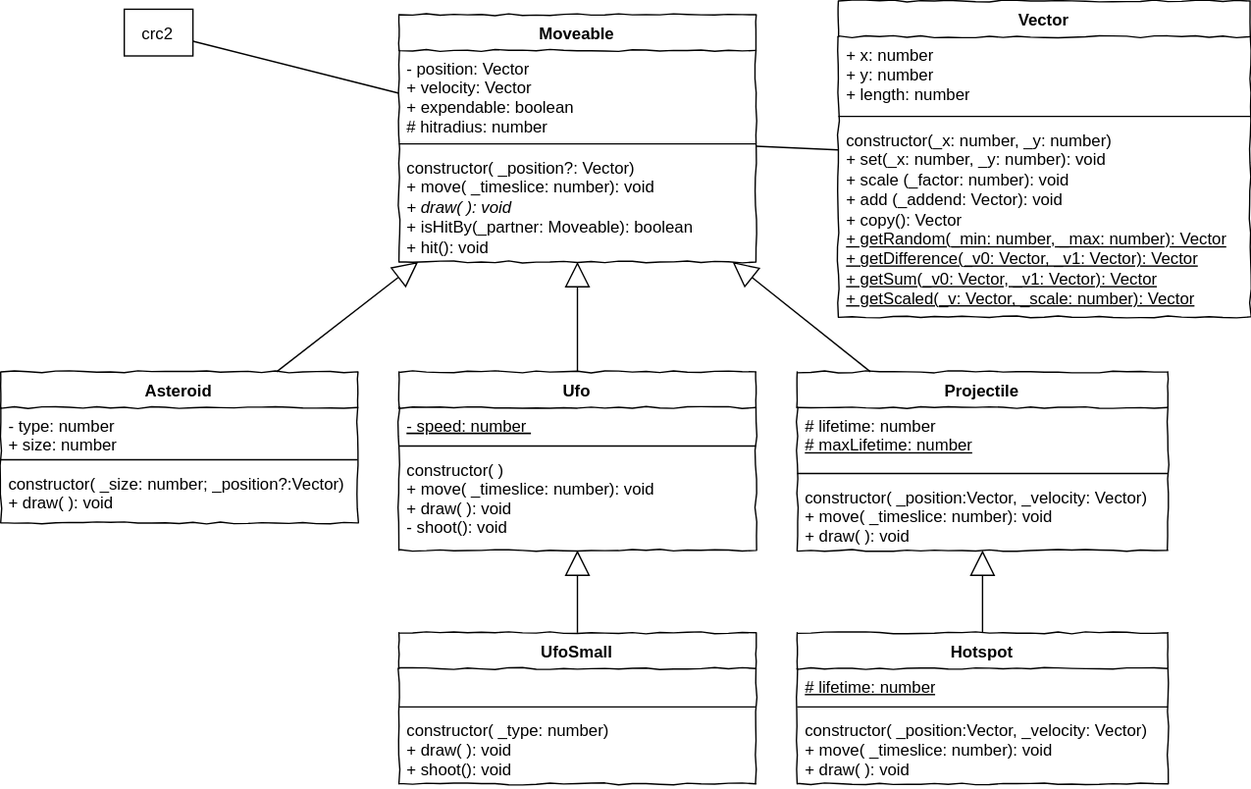
JirkaDellOro/EIA2-Inverted keeps this draw.io diagram as L12_Addition/Material/draw.io/Asteroids_ClassDiagram.svg. Above is the earlier version. Source tidied: cells renumbered, new cells last; positions are measured from the earlier drawing's top-left corner, leaving out a move shared by most shapes.
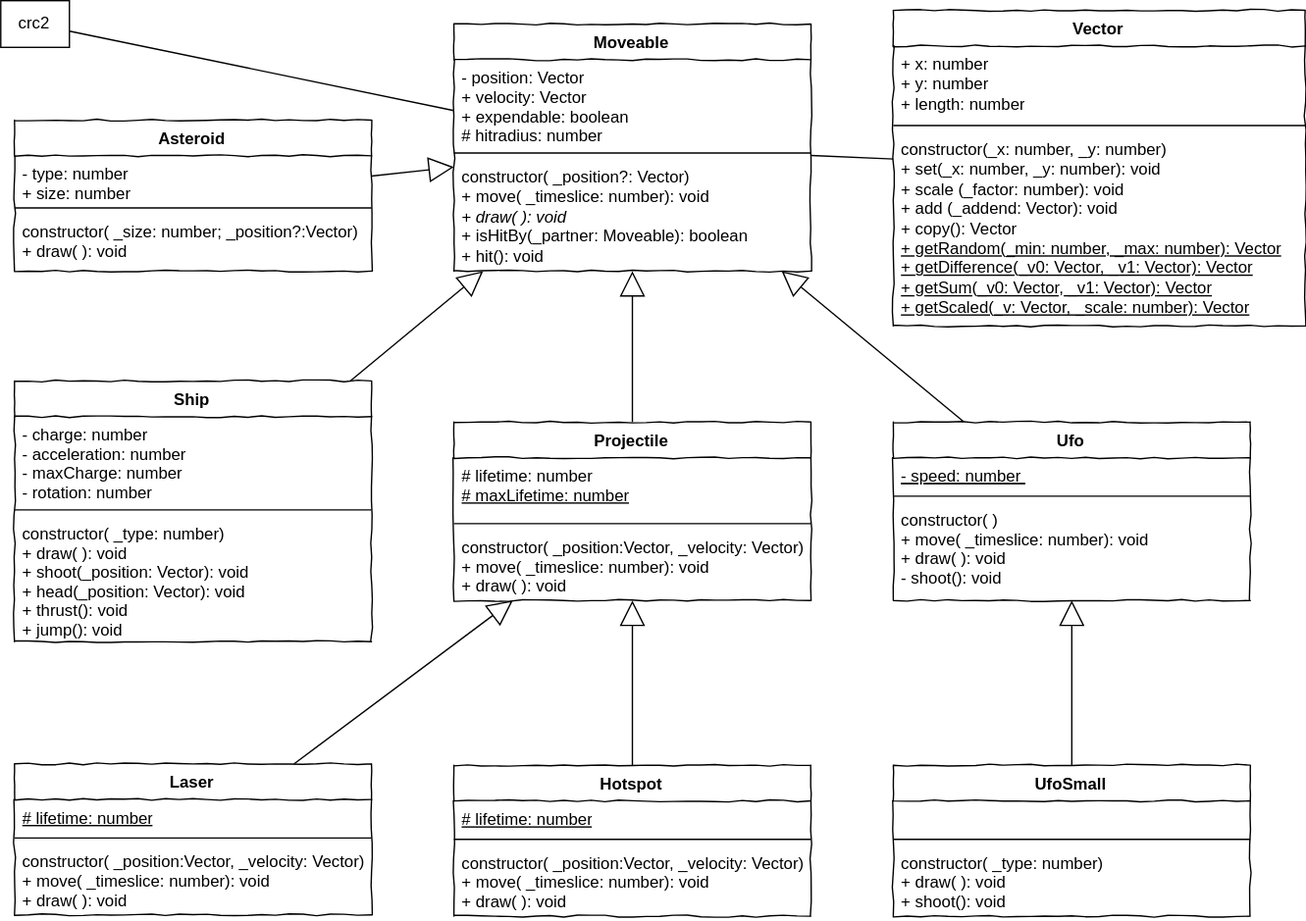
The same file after the commit.

What changed in the source:
```diff
@@ -33,10 +33,10 @@
       <mxGeometry y="88" width="300" height="142" as="geometry" />
     </mxCell>
     <mxCell id="12" value="crc2" style="rounded=0;whiteSpace=wrap;html=1;" parent="1" vertex="1">
-      <mxGeometry x="90" y="6" width="50" height="34" as="geometry" />
+      <mxGeometry x="-40" y="-7" width="50" height="34" as="geometry" />
     </mxCell>
     <mxCell id="13" value="Asteroid" style="swimlane;fontStyle=1;align=center;verticalAlign=top;horizontal=1;startSize=26;rounded=0;shadow=0;comic=1;strokeWidth=1;" parent="1" vertex="1">
-      <mxGeometry y="270" width="260" height="110" as="geometry" />
+      <mxGeometry x="-30" y="80" width="260" height="110" as="geometry" />
     </mxCell>
     <mxCell id="14" value="- type: number&#10;+ size: number" style="text;strokeColor=none;fillColor=none;align=left;verticalAlign=top;spacingLeft=4;spacingRight=4;overflow=hidden;" parent="13" vertex="1">
       <mxGeometry y="26" width="260" height="34" as="geometry" />
@@ -51,7 +51,7 @@
       <mxGeometry relative="1" as="geometry" />
     </mxCell>
     <mxCell id="18" value="Ufo" style="swimlane;fontStyle=1;align=center;verticalAlign=top;horizontal=1;startSize=26;rounded=0;shadow=0;comic=1;strokeWidth=1;" parent="1" vertex="1">
-      <mxGeometry x="290" y="270" width="260" height="130" as="geometry" />
+      <mxGeometry x="610" y="300" width="260" height="130" as="geometry" />
     </mxCell>
     <mxCell id="19" value="- speed: number " style="text;strokeColor=none;fillColor=none;align=left;verticalAlign=top;spacingLeft=4;spacingRight=4;overflow=hidden;fontStyle=4;" parent="18" vertex="1">
       <mxGeometry y="26" width="260" height="24" as="geometry" />
@@ -63,7 +63,7 @@
       <mxGeometry y="58" width="260" height="72" as="geometry" />
     </mxCell>
     <mxCell id="22" value="UfoSmall" style="swimlane;fontStyle=1;align=center;verticalAlign=top;horizontal=1;startSize=26;rounded=0;shadow=0;comic=1;strokeWidth=1;" parent="1" vertex="1">
-      <mxGeometry x="290" y="460" width="260" height="110" as="geometry" />
+      <mxGeometry x="610" y="550" width="260" height="110" as="geometry" />
     </mxCell>
     <mxCell id="23" value=" " style="text;strokeColor=none;fillColor=none;align=left;verticalAlign=top;spacingLeft=4;spacingRight=4;overflow=hidden;" parent="22" vertex="1">
       <mxGeometry y="26" width="260" height="24" as="geometry" />
@@ -74,33 +74,57 @@
     <mxCell id="25" value="constructor( _type: number)&#10;+ draw( ): void&#10;+ shoot(): void" style="text;strokeColor=none;fillColor=none;align=left;verticalAlign=top;spacingLeft=4;spacingRight=4;overflow=hidden;" parent="22" vertex="1">
       <mxGeometry y="58" width="260" height="52" as="geometry" />
     </mxCell>
+    <mxCell id="38" value="Ship" style="swimlane;fontStyle=1;align=center;verticalAlign=top;horizontal=1;startSize=26;rounded=0;shadow=0;comic=1;strokeWidth=1;" parent="1" vertex="1">
+      <mxGeometry x="-30" y="270" width="260" height="190" as="geometry" />
+    </mxCell>
+    <mxCell id="39" value="- charge: number&#10;- acceleration: number&#10;- maxCharge: number&#10;- rotation: number" style="text;strokeColor=none;fillColor=none;align=left;verticalAlign=top;spacingLeft=4;spacingRight=4;overflow=hidden;" parent="38" vertex="1">
+      <mxGeometry y="26" width="260" height="64" as="geometry" />
+    </mxCell>
+    <mxCell id="40" style="line;strokeWidth=1;fillColor=none;align=left;verticalAlign=middle;spacingTop=-1;spacingLeft=3;spacingRight=3;labelPosition=right;" parent="38" vertex="1">
+      <mxGeometry y="90" width="260" height="8" as="geometry" />
+    </mxCell>
+    <mxCell id="41" value="constructor( _type: number)&#10;+ draw( ): void&#10;+ shoot(_position: Vector): void&#10;+ head(_position: Vector): void&#10;+ thrust(): void&#10;+ jump(): void" style="text;strokeColor=none;fillColor=none;align=left;verticalAlign=top;spacingLeft=4;spacingRight=4;overflow=hidden;" parent="38" vertex="1">
+      <mxGeometry y="98" width="260" height="92" as="geometry" />
+    </mxCell>
     <mxCell id="26" style="endArrow=block;endSize=16;endFill=0;html=1;" parent="1" edge="1" source="18" target="4">
       <mxGeometry relative="1" as="geometry" />
     </mxCell>
     <mxCell id="27" value="Projectile" style="swimlane;fontStyle=1;align=center;verticalAlign=top;horizontal=1;startSize=26;rounded=0;shadow=0;comic=1;strokeWidth=1;" parent="1" vertex="1">
-      <mxGeometry x="580" y="270" width="270" height="130" as="geometry" />
+      <mxGeometry x="290" y="300" width="260" height="130" as="geometry" />
     </mxCell>
     <mxCell id="28" value="# lifetime: number&amp;nbsp;&lt;br&gt;&lt;u&gt;# maxLifetime: number&lt;/u&gt;&lt;br&gt;&amp;nbsp;" style="text;strokeColor=none;fillColor=none;align=left;verticalAlign=top;spacingLeft=4;spacingRight=4;overflow=hidden;fontStyle=0;html=1;" parent="27" vertex="1">
-      <mxGeometry y="26" width="270" height="44" as="geometry" />
+      <mxGeometry y="26" width="260" height="44" as="geometry" />
     </mxCell>
     <mxCell id="29" style="line;strokeWidth=1;fillColor=none;align=left;verticalAlign=middle;spacingTop=-1;spacingLeft=3;spacingRight=3;labelPosition=right;" parent="27" vertex="1">
-      <mxGeometry y="70" width="270" height="8" as="geometry" />
+      <mxGeometry y="70" width="260" height="8" as="geometry" />
     </mxCell>
     <mxCell id="30" value="constructor( _position:Vector, _velocity: Vector)&#10;+ move( _timeslice: number): void&#10;+ draw( ): void" style="text;strokeColor=none;fillColor=none;align=left;verticalAlign=top;spacingLeft=4;spacingRight=4;overflow=hidden;" parent="27" vertex="1">
-      <mxGeometry y="78" width="270" height="52" as="geometry" />
+      <mxGeometry y="78" width="260" height="52" as="geometry" />
     </mxCell>
     <mxCell id="31" value="Hotspot" style="swimlane;fontStyle=1;align=center;verticalAlign=top;horizontal=1;startSize=26;rounded=0;shadow=0;comic=1;strokeWidth=1;" parent="1" vertex="1">
-      <mxGeometry x="580" y="460" width="270" height="110" as="geometry" />
+      <mxGeometry x="290" y="550" width="260" height="110" as="geometry" />
     </mxCell>
     <mxCell id="32" value="&lt;u&gt;# lifetime: number&lt;/u&gt;&lt;br&gt;&amp;nbsp;" style="text;strokeColor=none;fillColor=none;align=left;verticalAlign=top;spacingLeft=4;spacingRight=4;overflow=hidden;html=1;" parent="31" vertex="1">
-      <mxGeometry y="26" width="270" height="24" as="geometry" />
+      <mxGeometry y="26" width="260" height="24" as="geometry" />
     </mxCell>
     <mxCell id="33" style="line;strokeWidth=1;fillColor=none;align=left;verticalAlign=middle;spacingTop=-1;spacingLeft=3;spacingRight=3;labelPosition=right;" parent="31" vertex="1">
-      <mxGeometry y="50" width="270" height="8" as="geometry" />
+      <mxGeometry y="50" width="260" height="8" as="geometry" />
     </mxCell>
     <mxCell id="34" value="constructor( _position:Vector, _velocity: Vector)&#10;+ move( _timeslice: number): void&#10;+ draw( ): void" style="text;strokeColor=none;fillColor=none;align=left;verticalAlign=top;spacingLeft=4;spacingRight=4;overflow=hidden;" parent="31" vertex="1">
-      <mxGeometry y="58" width="270" height="52" as="geometry" />
+      <mxGeometry y="58" width="260" height="52" as="geometry" />
     </mxCell>
+    <mxCell id="42" value="Laser" style="swimlane;fontStyle=1;align=center;verticalAlign=top;horizontal=1;startSize=26;rounded=0;shadow=0;comic=1;strokeWidth=1;" parent="1" vertex="1">
+      <mxGeometry x="-30" y="549" width="260" height="110" as="geometry" />
+    </mxCell>
+    <mxCell id="43" value="&lt;u&gt;# lifetime: number&lt;/u&gt;&lt;br&gt;&amp;nbsp;" style="text;strokeColor=none;fillColor=none;align=left;verticalAlign=top;spacingLeft=4;spacingRight=4;overflow=hidden;html=1;" parent="42" vertex="1">
+      <mxGeometry y="26" width="260" height="24" as="geometry" />
+    </mxCell>
+    <mxCell id="44" style="line;strokeWidth=1;fillColor=none;align=left;verticalAlign=middle;spacingTop=-1;spacingLeft=3;spacingRight=3;labelPosition=right;" parent="42" vertex="1">
+      <mxGeometry y="50" width="260" height="8" as="geometry" />
+    </mxCell>
+    <mxCell id="45" value="constructor( _position:Vector, _velocity: Vector)&#10;+ move( _timeslice: number): void&#10;+ draw( ): void" style="text;strokeColor=none;fillColor=none;align=left;verticalAlign=top;spacingLeft=4;spacingRight=4;overflow=hidden;" parent="42" vertex="1">
+      <mxGeometry y="58" width="260" height="52" as="geometry" />
+    </mxCell>
     <mxCell id="35" style="endArrow=block;endSize=16;endFill=0;html=1;" parent="1" edge="1" source="27" target="4">
       <mxGeometry relative="1" as="geometry" />
     </mxCell>
@@ -110,5 +134,11 @@
     <mxCell id="37" style="endArrow=block;endSize=16;endFill=0;html=1;" parent="1" edge="1" source="31" target="27">
       <mxGeometry relative="1" as="geometry" />
     </mxCell>
+    <mxCell id="46" style="endArrow=block;endSize=16;endFill=0;html=1;" parent="1" edge="1" source="38" target="4">
+      <mxGeometry relative="1" as="geometry" />
+    </mxCell>
+    <mxCell id="47" style="endArrow=block;endSize=16;endFill=0;html=1;" parent="1" edge="1" source="42" target="27">
+      <mxGeometry relative="1" as="geometry" />
+    </mxCell>
   </root>
 </mxGraphModel>
```
